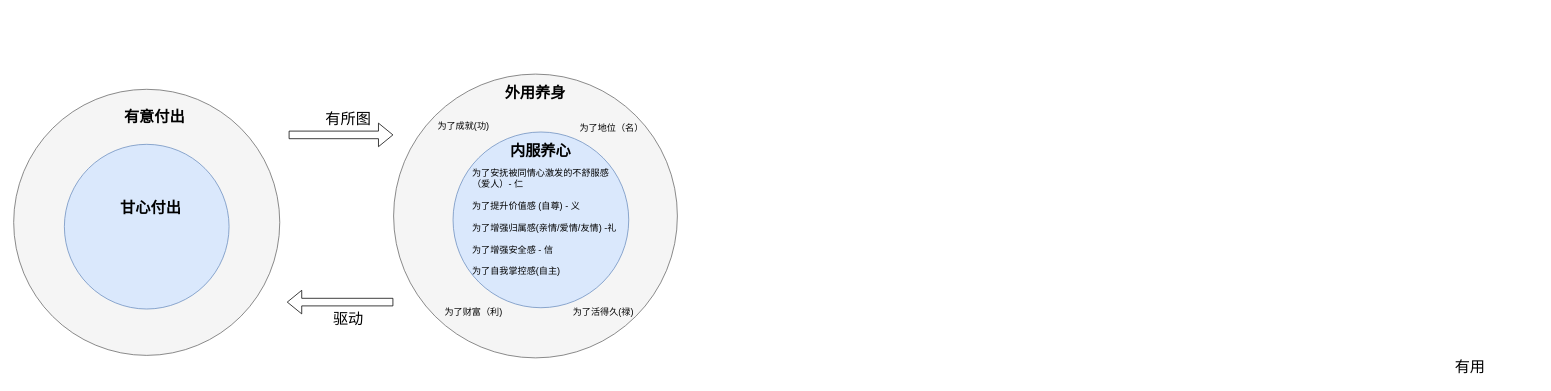
Before: page "第 3 页" (3 of 4) of 十日谈.drawio in mashifei/uml, a draw.io diagram. Source tidied: cells renumbered, new cells numbered last; positions are measured from the earlier drawing's top-left corner, leaving out a move shared by most shapes. Both pictures are drawn from the tidied source at 76%, with x=0, y=0 at pixel (13, 74).
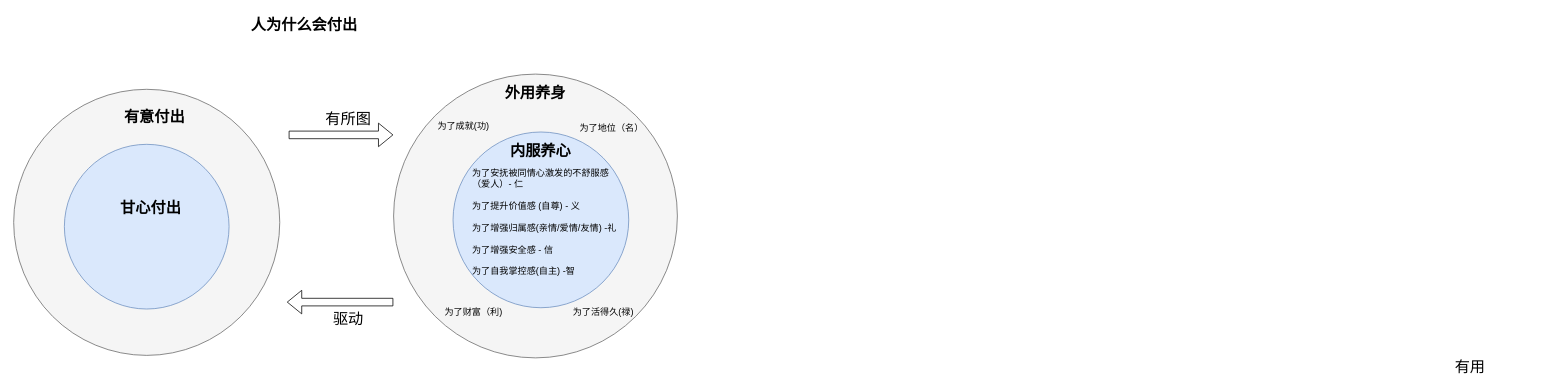
The same page after the edit.

The change refers to these unchanged cells:
```xml
<mxCell id="3" style="group;labelBorderColor=none;" parent="1" vertex="1">
  <mxGeometry x="493" width="417.6" height="400" as="geometry" />
</mxCell>
```

Change to the diagram source:
```diff
@@
-    <mxCell id="8" value="&lt;br&gt;&lt;br&gt;为了安抚被同情心激发的不舒服感&lt;br&gt;（爱人）- 仁&lt;br&gt;&lt;br&gt;为了提升价值感 (自尊) - 义&lt;br&gt;&lt;br&gt;为了增强归属感(亲情/爱情/友情) -礼&lt;br&gt;&lt;br&gt;为了增强安全感 - 信&lt;br&gt;&lt;br&gt;为了自我掌控感(自主)&amp;nbsp;" style="text;html=1;strokeColor=none;fillColor=none;align=left;verticalAlign=middle;whiteSpace=wrap;rounded=0;strokeWidth=2;horizontal=1;spacingTop=5;spacing=4;spacingLeft=2;" parent="3" vertex="1">
+    <mxCell id="8" value="&lt;br&gt;&lt;br&gt;为了安抚被同情心激发的不舒服感&lt;br&gt;（爱人）- 仁&lt;br&gt;&lt;br&gt;为了提升价值感 (自尊) - 义&lt;br&gt;&lt;br&gt;为了增强归属感(亲情/爱情/友情) -礼&lt;br&gt;&lt;br&gt;为了增强安全感 - 信&lt;br&gt;&lt;br&gt;为了自我掌控感(自主) -智" style="text;html=1;strokeColor=none;fillColor=none;align=left;verticalAlign=middle;whiteSpace=wrap;rounded=0;strokeWidth=2;horizontal=1;spacingTop=5;spacing=4;spacingLeft=2;" parent="3" vertex="1">
       <mxGeometry x="104.7" y="114.3" width="219.9" height="127.6" as="geometry" />
     </mxCell>
@@
+    <mxCell id="22" value="人为什么会付出" style="text;html=1;strokeColor=none;fillColor=none;align=center;verticalAlign=middle;whiteSpace=wrap;rounded=0;fontSize=20;fontStyle=1;" parent="1" vertex="1">
+      <mxGeometry x="263" y="-80" width="240" height="30" as="geometry" />
+    </mxCell>
```
